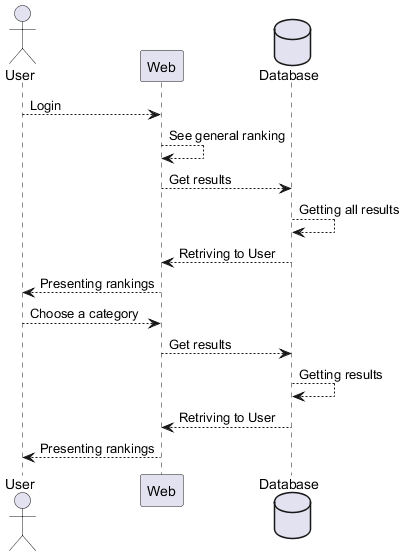
Above: images/Rankings.png in Arquisoft/wichat_en3b (PlantUML), before the change.
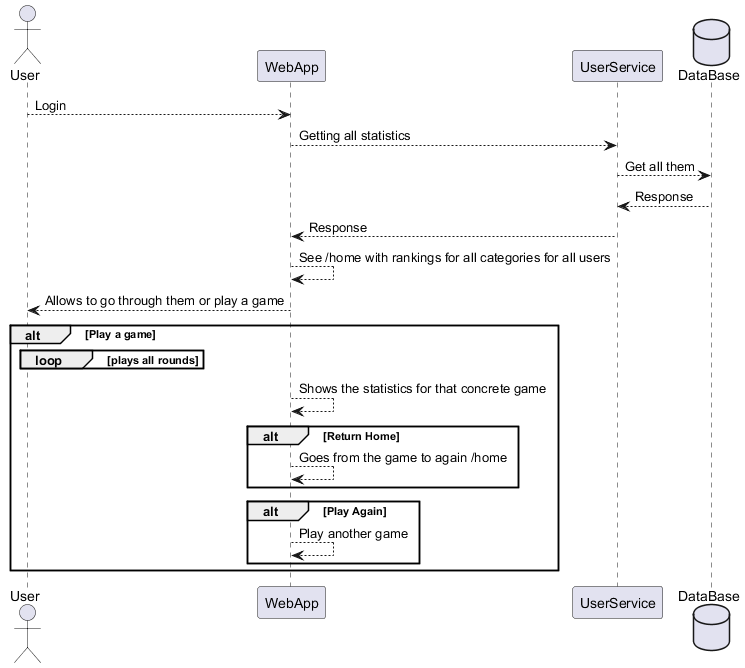
The same file after the commit.

The edit, as a diff of the source:
```diff
@@ -1,18 +1,34 @@
 @startuml
+
 actor User
-participant Web
-database Database
+participant WebApp
+participant UserService
+database DataBase
 
-User --> Web: Login
-Web --> Web: See general ranking
-Web --> Database: Get results
-Database --> Database: Getting all results
-Database --> Web: Retriving to User
-Web --> User: Presenting rankings
+User --> WebApp: Login
 
-User --> Web: Choose a category
-Web --> Database: Get results
-Database --> Database: Getting results
-Database --> Web: Retriving to User
-Web --> User: Presenting rankings
+WebApp --> UserService: Getting all statistics
+UserService --> DataBase: Get all them
+DataBase --> UserService: Response
+UserService --> WebApp: Response
+
+WebApp --> WebApp: See /home with rankings for all categories for all users
+WebApp --> User: Allows to go through them or play a game
+
+alt Play a game
+    loop plays all rounds
+
+    end
+
+    WebApp--> WebApp: Shows the statistics for that concrete game
+
+    alt Return Home
+        WebApp--> WebApp: Goes from the game to again /home
+    end
+
+    alt Play Again
+        WebApp--> WebApp: Play another game
+    end
+end
+
 @enduml
```
